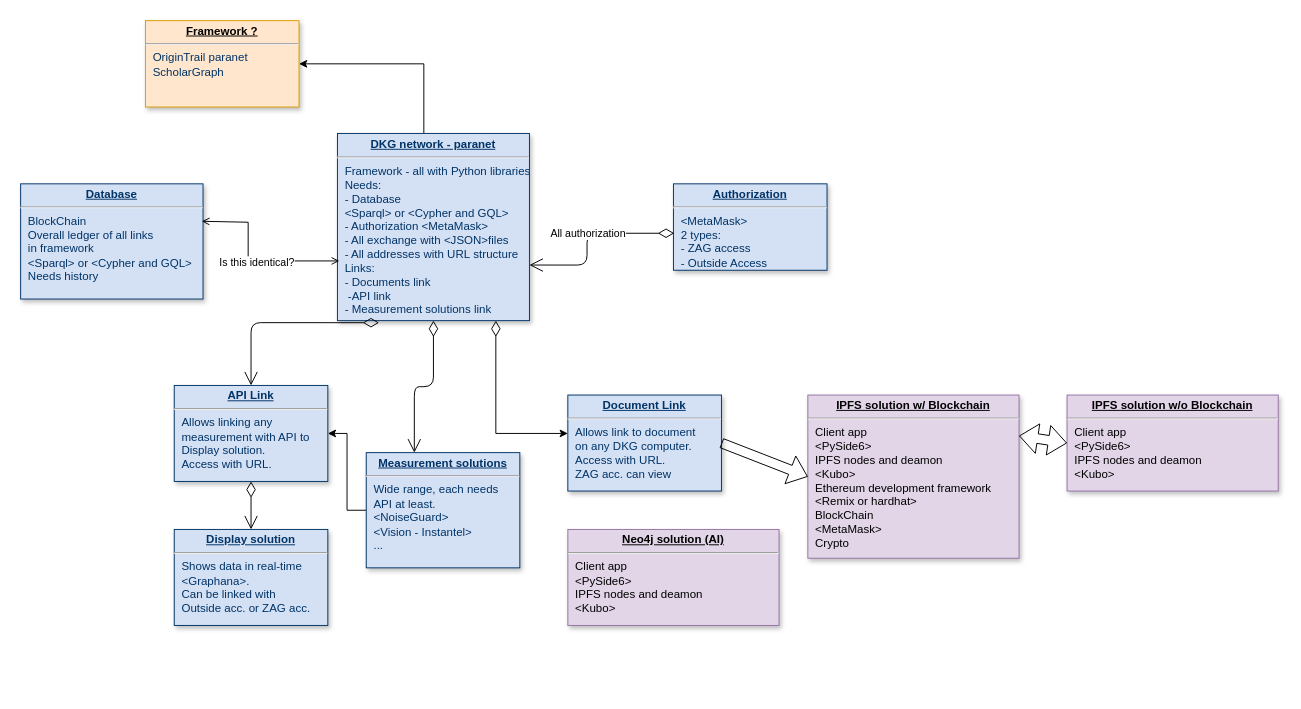
Before: Basic Diagram.drawio in RokRud/ZAG-DKG, a draw.io diagram. Source tidied: cells renumbered, new cells numbered last; positions are measured from the earlier drawing's top-left corner, leaving out a move shared by most shapes. Both pictures are drawn from the tidied source at 96%, with x=0, y=0 at pixel (20, 20).
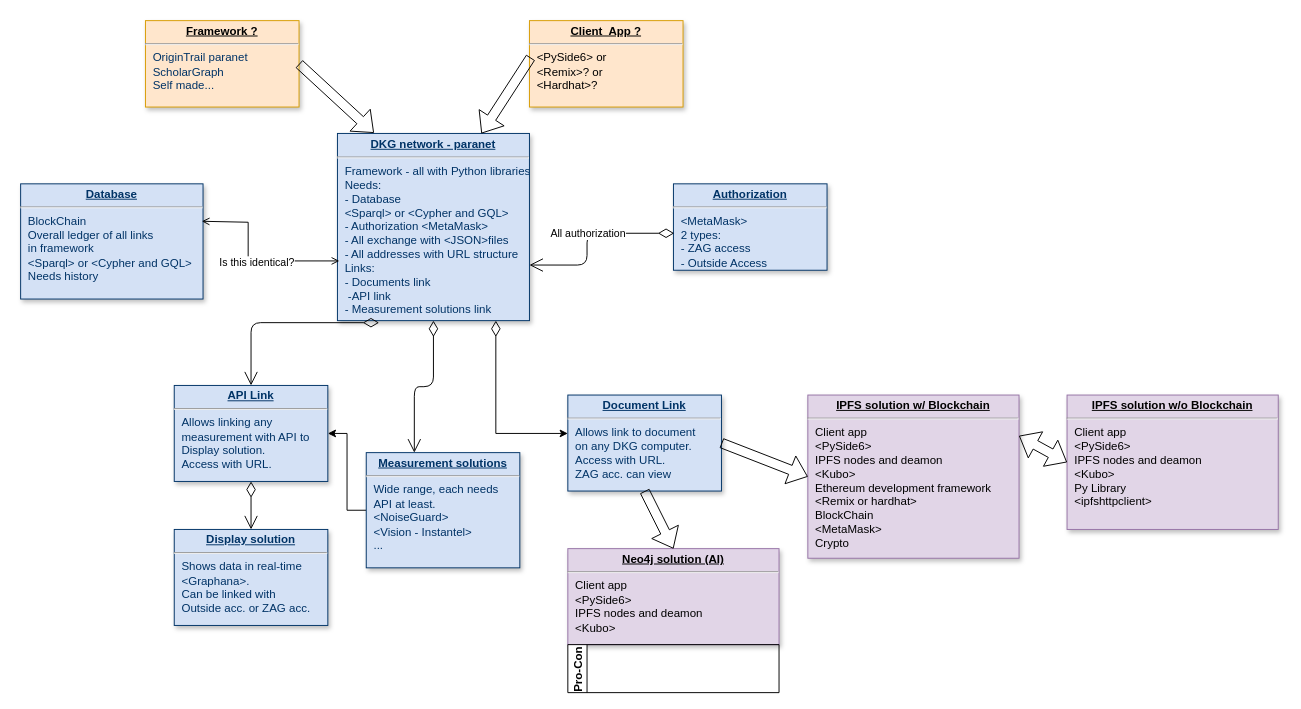
After the change.

Unchanged cells that the change refers to:
```xml
<mxCell id="3" value="&lt;p style=&quot;margin: 0px; margin-top: 4px; text-align: center; text-decoration: underline;&quot;&gt;&lt;b&gt;DKG network - paranet&lt;/b&gt;&lt;/p&gt;&lt;hr&gt;&lt;p style=&quot;margin: 0px; margin-left: 8px;&quot;&gt;Framework - all with Python&amp;nbsp;&lt;span style=&quot;background-color: transparent; color: light-dark(rgb(0, 51, 102), rgb(161, 205, 249));&quot;&gt;libraries &amp;lt;?&amp;gt;&lt;/span&gt;&lt;/p&gt;&lt;p style=&quot;margin: 0px; margin-left: 8px;&quot;&gt;Needs:&lt;/p&gt;&lt;p style=&quot;margin: 0px; margin-left: 8px;&quot;&gt;- Database&amp;nbsp;&lt;/p&gt;&lt;p style=&quot;margin: 0px; margin-left: 8px;&quot;&gt;&amp;lt;Sparql&amp;gt; or &amp;lt;Cypher and GQL&amp;gt;&lt;/p&gt;&lt;p style=&quot;margin: 0px; margin-left: 8px;&quot;&gt;- Authorization &amp;lt;MetaMask&amp;gt;&lt;/p&gt;&lt;p style=&quot;margin: 0px; margin-left: 8px;&quot;&gt;- All exchange with &amp;lt;JSON&amp;gt;&lt;span style=&quot;background-color: transparent; color: light-dark(rgb(0, 51, 102), rgb(161, 205, 249));&quot;&gt;files&lt;/span&gt;&lt;/p&gt;&lt;p style=&quot;margin: 0px; margin-left: 8px;&quot;&gt;- All addresses with URL&amp;nbsp;&lt;span style=&quot;background-color: transparent; color: light-dark(rgb(0, 51, 102), rgb(161, 205, 249));&quot;&gt;structure&lt;/span&gt;&lt;/p&gt;&lt;p style=&quot;margin: 0px; margin-left: 8px;&quot;&gt;&lt;span style=&quot;background-color: transparent; color: light-dark(rgb(0, 51, 102), rgb(161, 205, 249));&quot;&gt;Links:&lt;/span&gt;&lt;/p&gt;&lt;p style=&quot;margin: 0px; margin-left: 8px;&quot;&gt;- Documents link&lt;/p&gt;&lt;p style=&quot;margin: 0px; margin-left: 8px;&quot;&gt;&amp;nbsp;-API link&lt;/p&gt;&lt;p style=&quot;margin: 0px; margin-left: 8px;&quot;&gt;- Measurement solutions link&lt;/p&gt;" style="verticalAlign=top;align=left;overflow=fill;fontSize=12;fontFamily=Helvetica;html=1;strokeColor=#003366;shadow=1;fillColor=#D4E1F5;fontColor=#003366;" parent="1" vertex="1">
  <mxGeometry x="330" y="117.5" width="200" height="195" as="geometry" />
</mxCell>
<mxCell id="7" value="&lt;p style=&quot;margin: 0px; margin-top: 4px; text-align: center; text-decoration: underline;&quot;&gt;&lt;b&gt;Document Link&lt;/b&gt;&lt;/p&gt;&lt;hr&gt;&lt;p style=&quot;margin: 0px; margin-left: 8px;&quot;&gt;Allows link to document&lt;/p&gt;&lt;p style=&quot;margin: 0px; margin-left: 8px;&quot;&gt;on any DKG computer.&lt;/p&gt;&lt;p style=&quot;margin: 0px; margin-left: 8px;&quot;&gt;Access with URL.&lt;/p&gt;&lt;p style=&quot;margin: 0px; margin-left: 8px;&quot;&gt;ZAG acc. can view&lt;/p&gt;&lt;p style=&quot;margin: 0px; margin-left: 8px;&quot;&gt;&lt;br&gt;&lt;/p&gt;" style="verticalAlign=top;align=left;overflow=fill;fontSize=12;fontFamily=Helvetica;html=1;strokeColor=#003366;shadow=1;fillColor=#D4E1F5;fontColor=#003366;" parent="1" vertex="1">
  <mxGeometry x="570" y="390" width="160" height="100" as="geometry" />
</mxCell>
```

The edit, as a diff of the source:
```diff
@@
-    <mxCell id="2" style="edgeStyle=orthogonalEdgeStyle;rounded=0;jettySize=auto;html=1;entryX=1;entryY=0.5;entryDx=0;entryDy=0;" parent="1" edge="1" source="3" target="17">
-      <mxGeometry relative="1" as="geometry">
-        <Array as="points">
-          <mxPoint x="420" y="45" />
-        </Array>
-      </mxGeometry>
-    </mxCell>
@@
-    <mxCell id="17" value="&lt;p style=&quot;margin: 0px; margin-top: 4px; text-align: center; text-decoration: underline;&quot;&gt;&lt;b&gt;Framework ?&lt;/b&gt;&lt;/p&gt;&lt;hr&gt;&lt;p style=&quot;margin: 0px; margin-left: 8px;&quot;&gt;&lt;font color=&quot;#003366&quot;&gt;OriginTrail paranet&lt;/font&gt;&lt;/p&gt;&lt;p style=&quot;margin: 0px; margin-left: 8px;&quot;&gt;&lt;font color=&quot;#003366&quot;&gt;ScholarGraph&lt;/font&gt;&lt;/p&gt;&lt;p style=&quot;margin: 0px; margin-left: 8px;&quot;&gt;&lt;span style=&quot;background-color: transparent; color: light-dark(rgb(0, 51, 102), rgb(161, 205, 249));&quot;&gt;&lt;br&gt;&lt;/span&gt;&lt;/p&gt;" style="verticalAlign=top;align=left;overflow=fill;fontSize=12;fontFamily=Helvetica;html=1;strokeColor=#d79b00;shadow=1;fillColor=#ffe6cc;" parent="1" vertex="1">
+    <mxCell id="17" value="&lt;p style=&quot;margin: 0px; margin-top: 4px; text-align: center; text-decoration: underline;&quot;&gt;&lt;b&gt;Framework ?&lt;/b&gt;&lt;/p&gt;&lt;hr&gt;&lt;p style=&quot;margin: 0px; margin-left: 8px;&quot;&gt;&lt;font color=&quot;#003366&quot;&gt;OriginTrail paranet&lt;/font&gt;&lt;/p&gt;&lt;p style=&quot;margin: 0px; margin-left: 8px;&quot;&gt;&lt;font color=&quot;#003366&quot;&gt;ScholarGraph&lt;/font&gt;&lt;/p&gt;&lt;p style=&quot;margin: 0px; margin-left: 8px;&quot;&gt;&lt;font color=&quot;#003366&quot;&gt;Self made...&lt;/font&gt;&lt;/p&gt;" style="verticalAlign=top;align=left;overflow=fill;fontSize=12;fontFamily=Helvetica;html=1;strokeColor=#d79b00;shadow=1;fillColor=#ffe6cc;" parent="1" vertex="1">
       <mxGeometry x="130" width="160" height="90" as="geometry" />
     </mxCell>
@@
-    <mxCell id="20" value="&lt;p style=&quot;margin: 0px; margin-top: 4px; text-align: center; text-decoration: underline;&quot;&gt;&lt;b&gt;IPFS solution w/o Blockchain&lt;/b&gt;&lt;/p&gt;&lt;hr&gt;&lt;p style=&quot;margin: 0px; margin-left: 8px;&quot;&gt;Client app&lt;/p&gt;&lt;p style=&quot;margin: 0px; margin-left: 8px;&quot;&gt;&amp;lt;PySide6&amp;gt;&lt;/p&gt;&lt;p style=&quot;margin: 0px; margin-left: 8px;&quot;&gt;IPFS nodes and deamon&lt;/p&gt;&lt;p style=&quot;margin: 0px; margin-left: 8px;&quot;&gt;&amp;lt;Kubo&amp;gt;&lt;/p&gt;&lt;p style=&quot;margin: 0px; margin-left: 8px;&quot;&gt;&lt;br&gt;&lt;/p&gt;" style="verticalAlign=top;align=left;overflow=fill;fontSize=12;fontFamily=Helvetica;html=1;strokeColor=#9673a6;shadow=1;fillColor=#e1d5e7;" parent="1" vertex="1">
-      <mxGeometry x="1090" y="390" width="220" height="100" as="geometry" />
+    <mxCell id="20" value="&lt;p style=&quot;margin: 0px; margin-top: 4px; text-align: center; text-decoration: underline;&quot;&gt;&lt;b&gt;IPFS solution w/o Blockchain&lt;/b&gt;&lt;/p&gt;&lt;hr&gt;&lt;p style=&quot;margin: 0px; margin-left: 8px;&quot;&gt;Client app&lt;/p&gt;&lt;p style=&quot;margin: 0px; margin-left: 8px;&quot;&gt;&amp;lt;PySide6&amp;gt;&lt;/p&gt;&lt;p style=&quot;margin: 0px; margin-left: 8px;&quot;&gt;IPFS nodes and deamon&lt;/p&gt;&lt;p style=&quot;margin: 0px; margin-left: 8px;&quot;&gt;&amp;lt;Kubo&amp;gt;&lt;/p&gt;&lt;p style=&quot;margin: 0px; margin-left: 8px;&quot;&gt;Py Library&lt;/p&gt;&lt;p style=&quot;margin: 0px; margin-left: 8px;&quot;&gt;&amp;lt;ipfshttpclient&amp;gt;&lt;/p&gt;&lt;p style=&quot;margin: 0px; margin-left: 8px;&quot;&gt;&lt;br&gt;&lt;/p&gt;&lt;p style=&quot;margin: 0px; margin-left: 8px;&quot;&gt;&lt;br&gt;&lt;/p&gt;" style="verticalAlign=top;align=left;overflow=fill;fontSize=12;fontFamily=Helvetica;html=1;strokeColor=#9673a6;shadow=1;fillColor=#e1d5e7;" parent="1" vertex="1">
+      <mxGeometry x="1090" y="390" width="220" height="140" as="geometry" />
     </mxCell>
@@
     <mxCell id="22" value="&lt;p style=&quot;margin: 0px; margin-top: 4px; text-align: center; text-decoration: underline;&quot;&gt;&lt;b&gt;Neo4j solution (AI)&lt;/b&gt;&lt;/p&gt;&lt;hr&gt;&lt;p style=&quot;margin: 0px; margin-left: 8px;&quot;&gt;Client app&lt;/p&gt;&lt;p style=&quot;margin: 0px; margin-left: 8px;&quot;&gt;&amp;lt;PySide6&amp;gt;&lt;/p&gt;&lt;p style=&quot;margin: 0px; margin-left: 8px;&quot;&gt;IPFS nodes and deamon&lt;/p&gt;&lt;p style=&quot;margin: 0px; margin-left: 8px;&quot;&gt;&amp;lt;Kubo&amp;gt;&lt;/p&gt;&lt;p style=&quot;margin: 0px; margin-left: 8px;&quot;&gt;&lt;br&gt;&lt;/p&gt;" style="verticalAlign=top;align=left;overflow=fill;fontSize=12;fontFamily=Helvetica;html=1;strokeColor=#9673a6;shadow=1;fillColor=#e1d5e7;" parent="1" vertex="1">
-      <mxGeometry x="570" y="530" width="220" height="100" as="geometry" />
+      <mxGeometry x="570" y="550" width="220" height="100" as="geometry" />
     </mxCell>
@@
+    <mxCell id="25" style="shape=flexArrow;endArrow=classic;html=1;rounded=0;exitX=1;exitY=0.5;exitDx=0;exitDy=0;entryX=0.19;entryY=-0.003;entryDx=0;entryDy=0;entryPerimeter=0;" parent="1" edge="1" source="17" target="3">
+      <mxGeometry relative="1" as="geometry" />
+    </mxCell>
+    <mxCell id="26" value="&lt;p style=&quot;margin: 0px; margin-top: 4px; text-align: center; text-decoration: underline;&quot;&gt;&lt;b&gt;Client&amp;nbsp; App ?&lt;/b&gt;&lt;/p&gt;&lt;hr&gt;&lt;p style=&quot;margin: 0px; margin-left: 8px;&quot;&gt;&amp;lt;PySide6&amp;gt; or&lt;/p&gt;&lt;p style=&quot;margin: 0px; margin-left: 8px;&quot;&gt;&amp;lt;Remix&amp;gt;? or&amp;nbsp;&lt;/p&gt;&lt;p style=&quot;margin: 0px; margin-left: 8px;&quot;&gt;&amp;lt;Hardhat&amp;gt;?&lt;/p&gt;&lt;p style=&quot;margin: 0px; margin-left: 8px;&quot;&gt;&lt;br&gt;&lt;/p&gt;&lt;p style=&quot;margin: 0px; margin-left: 8px;&quot;&gt;&lt;span style=&quot;background-color: transparent; color: light-dark(rgb(0, 51, 102), rgb(161, 205, 249));&quot;&gt;&lt;br&gt;&lt;/span&gt;&lt;/p&gt;" style="verticalAlign=top;align=left;overflow=fill;fontSize=12;fontFamily=Helvetica;html=1;strokeColor=#d79b00;shadow=1;fillColor=#ffe6cc;" parent="1" vertex="1">
+      <mxGeometry x="530" width="160" height="90" as="geometry" />
+    </mxCell>
+    <mxCell id="27" style="shape=flexArrow;endArrow=classic;html=1;rounded=0;exitX=0.008;exitY=0.426;exitDx=0;exitDy=0;entryX=0.75;entryY=0;entryDx=0;entryDy=0;exitPerimeter=0;" parent="1" edge="1" source="26" target="3">
+      <mxGeometry relative="1" as="geometry" />
+    </mxCell>
+    <mxCell id="28" style="shape=flexArrow;endArrow=classic;html=1;rounded=0;exitX=0.5;exitY=1;exitDx=0;exitDy=0;entryX=0.5;entryY=0;entryDx=0;entryDy=0;" parent="1" edge="1" source="7" target="22">
+      <mxGeometry relative="1" as="geometry" />
+    </mxCell>
+    <mxCell id="29" value="Pro-Con" style="swimlane;startSize=20;horizontal=0;" parent="1" vertex="1" collapsed="1">
+      <mxGeometry x="570" y="650" width="220" height="50" as="geometry" />
+    </mxCell>
```
